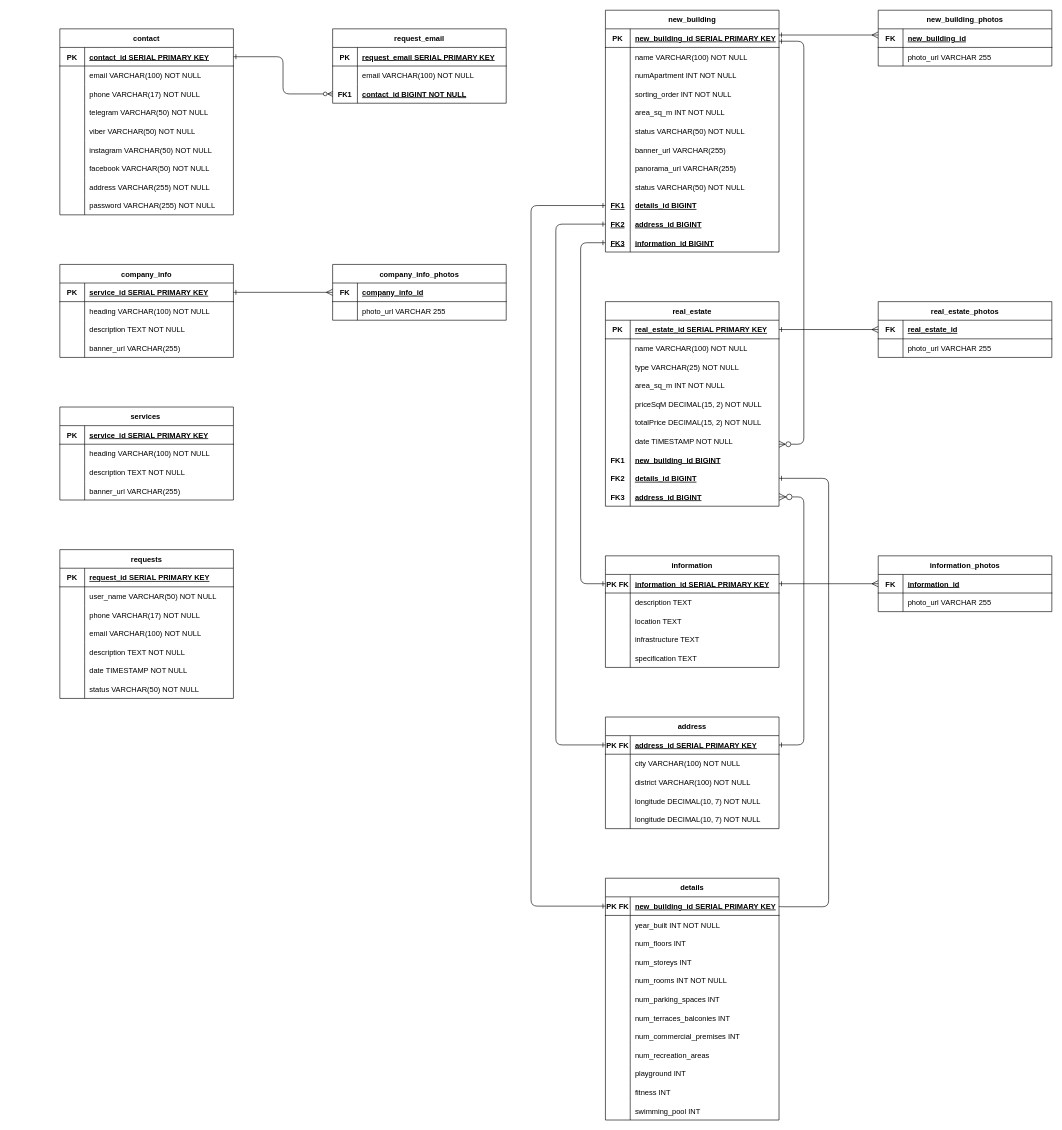
Before: src/main/resources/diagrams/ERD.drawio in Latcarf/Second-project, a draw.io diagram. Source tidied: cells renumbered, new cells numbered last; positions are measured from the earlier drawing's top-left corner, leaving out a move shared by most shapes. Both pictures are drawn from the tidied source at 62%, with x=0, y=0 at pixel (60, 10).
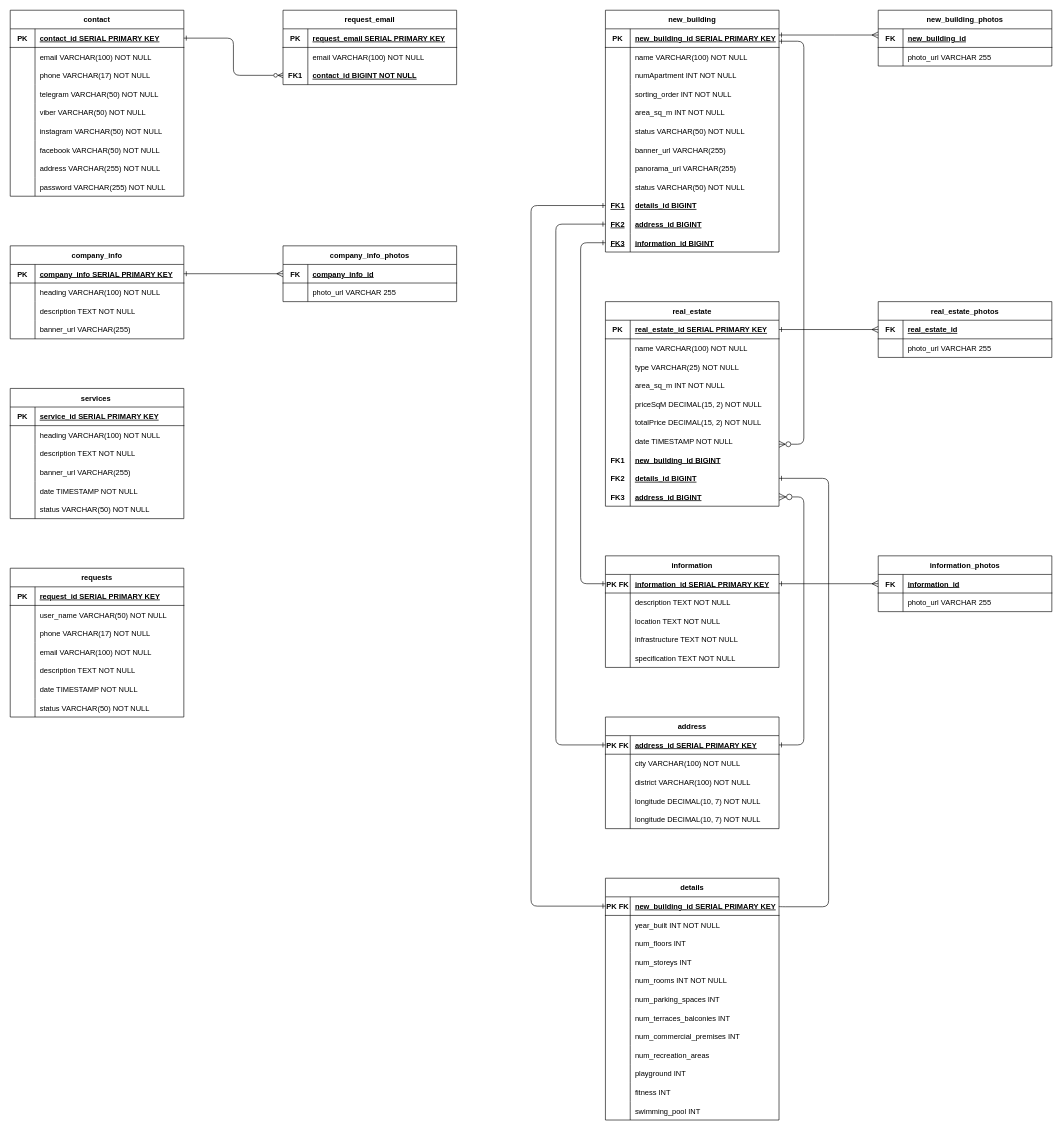
The same diagram, later.

Unchanged cells that the change refers to:
```xml
<mxCell id="136" style="shape=partialRectangle;fillColor=none;points=[[0,0.5],[1,0.5]];portConstraint=eastwest;top=0;left=0;right=0;bottom=1;labelBackgroundColor=none;" parent="135" vertex="1">
  <mxGeometry y="30" width="280" height="30" as="geometry" />
</mxCell>
<mxCell id="174" style="shape=partialRectangle;fillColor=none;top=0;left=0;right=0;bottom=0;labelBackgroundColor=none;" parent="170" vertex="1">
  <mxGeometry y="60" width="280" height="30" as="geometry" />
</mxCell>
<mxCell id="177" style="shape=partialRectangle;fillColor=none;top=0;left=0;right=0;bottom=0;labelBackgroundColor=none;" parent="170" vertex="1">
  <mxGeometry y="90" width="280" height="30" as="geometry" />
</mxCell>
<mxCell id="180" style="shape=partialRectangle;fillColor=none;top=0;left=0;right=0;bottom=0;labelBackgroundColor=none;" parent="170" vertex="1">
  <mxGeometry y="120" width="280" height="30" as="geometry" />
</mxCell>
<mxCell id="183" style="shape=partialRectangle;fillColor=none;top=0;left=0;right=0;bottom=0;labelBackgroundColor=none;" parent="170" vertex="1">
  <mxGeometry y="150" width="280" height="30" as="geometry" />
</mxCell>
```

Change to the diagram source:
```diff
@@
     <mxCell id="2" value="contact" style="shape=table;startSize=30;childLayout=tableLayout;rowLines=0;fontStyle=1;align=center;labelBackgroundColor=none;" parent="1" vertex="1">
-      <mxGeometry y="30" width="280" height="300" as="geometry" />
+      <mxGeometry x="-80" width="280" height="300" as="geometry" />
     </mxCell>
@@
     <mxCell id="135" value="company_info" style="shape=table;startSize=30;childLayout=tableLayout;rowLines=0;fontStyle=1;align=center;labelBackgroundColor=none;fillColor=default;" parent="1" vertex="1">
-      <mxGeometry y="410" width="280" height="150" as="geometry" />
+      <mxGeometry x="-80" y="380" width="280" height="150" as="geometry" />
     </mxCell>
@@
-    <mxCell id="138" value="service_id SERIAL PRIMARY KEY" style="shape=partialRectangle;overflow=hidden;fillColor=none;top=0;left=0;bottom=0;right=0;align=left;spacingLeft=6;fontStyle=5;labelBackgroundColor=none;" parent="136" vertex="1">
+    <mxCell id="138" value="company_info SERIAL PRIMARY KEY" style="shape=partialRectangle;overflow=hidden;fillColor=none;top=0;left=0;bottom=0;right=0;align=left;spacingLeft=6;fontStyle=5;labelBackgroundColor=none;" parent="136" vertex="1">
       <mxGeometry x="40" width="240" height="30" as="geometry" />
     </mxCell>
@@
     <mxCell id="148" value="requests" style="shape=table;startSize=30;childLayout=tableLayout;rowLines=0;fontStyle=1;align=center;labelBackgroundColor=none;fillColor=default;" parent="1" vertex="1">
-      <mxGeometry y="870" width="280" height="240" as="geometry" />
+      <mxGeometry x="-80" y="900" width="280" height="240" as="geometry" />
     </mxCell>
@@
-    <mxCell id="176" value="description TEXT" style="shape=partialRectangle;overflow=hidden;fillColor=none;top=0;left=0;bottom=0;right=0;align=left;spacingLeft=6;labelBackgroundColor=none;" parent="174" vertex="1">
+    <mxCell id="176" value="description TEXT NOT NULL" style="shape=partialRectangle;overflow=hidden;fillColor=none;top=0;left=0;bottom=0;right=0;align=left;spacingLeft=6;labelBackgroundColor=none;" parent="174" vertex="1">
       <mxGeometry x="40" width="240" height="30" as="geometry" />
     </mxCell>
@@
-    <mxCell id="179" value="location TEXT" style="shape=partialRectangle;overflow=hidden;fillColor=none;top=0;left=0;bottom=0;right=0;align=left;spacingLeft=6;labelBackgroundColor=none;" parent="177" vertex="1">
+    <mxCell id="179" value="location TEXT NOT NULL" style="shape=partialRectangle;overflow=hidden;fillColor=none;top=0;left=0;bottom=0;right=0;align=left;spacingLeft=6;labelBackgroundColor=none;" parent="177" vertex="1">
       <mxGeometry x="40" width="240" height="30" as="geometry" />
     </mxCell>
@@
-    <mxCell id="182" value="infrastructure TEXT" style="shape=partialRectangle;overflow=hidden;fillColor=none;top=0;left=0;bottom=0;right=0;align=left;spacingLeft=6;labelBackgroundColor=none;" parent="180" vertex="1">
+    <mxCell id="182" value="infrastructure TEXT NOT NULL" style="shape=partialRectangle;overflow=hidden;fillColor=none;top=0;left=0;bottom=0;right=0;align=left;spacingLeft=6;labelBackgroundColor=none;" parent="180" vertex="1">
       <mxGeometry x="40" width="240" height="30" as="geometry" />
     </mxCell>
@@
-    <mxCell id="185" value="specification TEXT" style="shape=partialRectangle;overflow=hidden;fillColor=none;top=0;left=0;bottom=0;right=0;align=left;spacingLeft=6;labelBackgroundColor=none;" parent="183" vertex="1">
+    <mxCell id="185" value="specification TEXT NOT NULL" style="shape=partialRectangle;overflow=hidden;fillColor=none;top=0;left=0;bottom=0;right=0;align=left;spacingLeft=6;labelBackgroundColor=none;" parent="183" vertex="1">
       <mxGeometry x="40" width="240" height="30" as="geometry" />
     </mxCell>
@@
     <mxCell id="206" value="request_email" style="shape=table;startSize=30;childLayout=tableLayout;rowLines=0;fontStyle=1;align=center;labelBackgroundColor=none;fillColor=default;" parent="1" vertex="1">
-      <mxGeometry x="440" y="30" width="280" height="120" as="geometry" />
+      <mxGeometry x="360" width="280" height="120" as="geometry" />
     </mxCell>
@@
     <mxCell id="243" value="company_info_photos" style="shape=table;startSize=30;childLayout=tableLayout;rowLines=0;fontStyle=1;align=center;labelBackgroundColor=none;fillColor=default;" parent="1" vertex="1">
-      <mxGeometry x="440" y="410" width="280" height="90" as="geometry" />
+      <mxGeometry x="360" y="380" width="280" height="90" as="geometry" />
     </mxCell>
@@
     <mxCell id="251" value="services " style="shape=table;startSize=30;childLayout=tableLayout;rowLines=0;fontStyle=1;align=center;labelBackgroundColor=none;fillColor=default;" parent="1" vertex="1">
-      <mxGeometry y="640" width="280" height="150" as="geometry" />
+      <mxGeometry x="-80" y="610" width="280" height="210" as="geometry" />
     </mxCell>
@@
+    <mxCell id="264" style="shape=partialRectangle;fillColor=none;top=0;left=0;right=0;bottom=0;labelBackgroundColor=none;" parent="251" vertex="1">
+      <mxGeometry y="150" width="280" height="30" as="geometry" />
+    </mxCell>
+    <mxCell id="265" style="shape=partialRectangle;overflow=hidden;fillColor=none;top=0;left=0;bottom=0;right=0;labelBackgroundColor=none;" parent="264" vertex="1">
+      <mxGeometry width="40" height="30" as="geometry" />
+    </mxCell>
+    <mxCell id="266" value="date TIMESTAMP NOT NULL" style="shape=partialRectangle;overflow=hidden;fillColor=none;top=0;left=0;bottom=0;right=0;align=left;spacingLeft=6;labelBackgroundColor=none;" parent="264" vertex="1">
+      <mxGeometry x="40" width="240" height="30" as="geometry" />
+    </mxCell>
+    <mxCell id="267" style="shape=partialRectangle;fillColor=none;top=0;left=0;right=0;bottom=0;labelBackgroundColor=none;" parent="251" vertex="1">
+      <mxGeometry y="180" width="280" height="30" as="geometry" />
+    </mxCell>
+    <mxCell id="268" style="shape=partialRectangle;overflow=hidden;fillColor=none;top=0;left=0;bottom=0;right=0;labelBackgroundColor=none;" parent="267" vertex="1">
+      <mxGeometry width="40" height="30" as="geometry" />
+    </mxCell>
+    <mxCell id="269" value="status VARCHAR(50) NOT NULL" style="shape=partialRectangle;overflow=hidden;fillColor=none;top=0;left=0;bottom=0;right=0;align=left;spacingLeft=6;labelBackgroundColor=none;" parent="267" vertex="1">
+      <mxGeometry x="40" width="240" height="30" as="geometry" />
+    </mxCell>
+    <mxCell id="270" style="shape=partialRectangle;fillColor=none;top=0;left=0;right=0;bottom=0;labelBackgroundColor=none;" parent="1" vertex="1">
+      <mxGeometry x="-70" y="740" width="280" height="30" as="geometry" />
+    </mxCell>
+    <mxCell id="271" style="shape=partialRectangle;overflow=hidden;fillColor=none;top=0;left=0;bottom=0;right=0;labelBackgroundColor=none;" parent="270" vertex="1">
+      <mxGeometry width="40" height="30" as="geometry" />
+    </mxCell>
```
